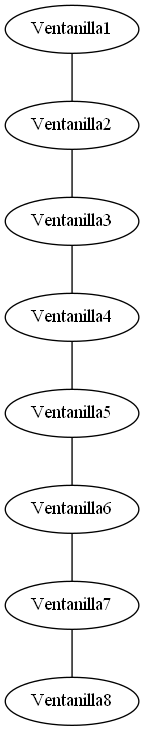
Above: Fase1/listaVentanillas.png in d-acetun/simulacion-sistema-impresion-de-imagenes (Graphviz), before the change. Its source is kept beside it as Fase1/listaVentanillas.dot. Its diagram source:
```dot
digraph listaVentanillas {
edge[arrowhead=none]
0 [label=Ventanilla1]
1 [label=Ventanilla2]
2 [label=Ventanilla3]
3 [label=Ventanilla4]
4 [label=Ventanilla5]
5 [label=Ventanilla6]
6 [label=Ventanilla7]
7 [label=Ventanilla8]
0->1
1->2
2->3
3->4
4->5
5->6
6->7
rankdir=TB
}
```
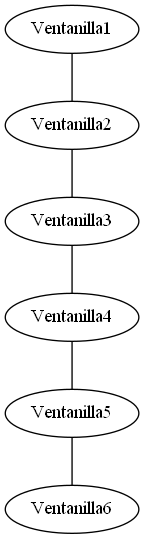
Later version of the same file.

Diff of the diagram source:
```diff
@@ -6,14 +6,10 @@
 3 [label=Ventanilla4]
 4 [label=Ventanilla5]
 5 [label=Ventanilla6]
-6 [label=Ventanilla7]
-7 [label=Ventanilla8]
 0->1
 1->2
 2->3
 3->4
 4->5
-5->6
-6->7
 rankdir=TB
 }
```
